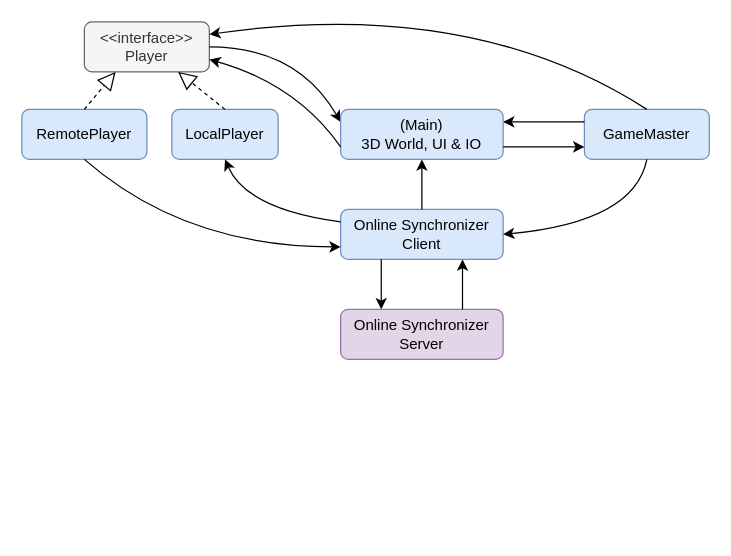
joonashalinen/bloxu keeps this draw.io diagram as docs/process_architecture.drawio. Above is the earlier version. Source tidied: cells renumbered, new cells numbered last; positions are measured from the earlier drawing's top-left corner, leaving out a move shared by most shapes. Both pictures are drawn from the tidied source at 125%, with x=0, y=0 at pixel (21, -4).
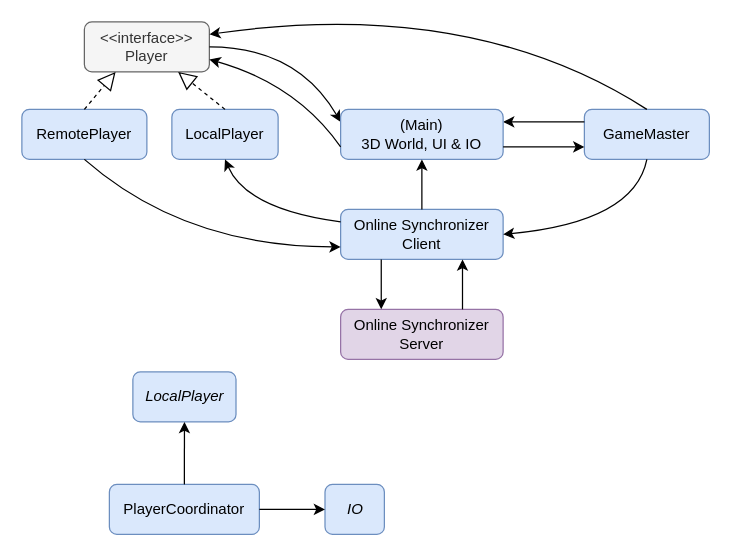
The same diagram, later.

What changed in the source:
```diff
@@
+    <mxCell id="22" value="PlayerCoordinator" style="rounded=1;whiteSpace=wrap;html=1;fillColor=#dae8fc;strokeColor=#6c8ebf;" parent="1" vertex="1">
+      <mxGeometry x="70" y="390" width="120" height="40" as="geometry" />
+    </mxCell>
+    <mxCell id="23" value="&lt;i&gt;IO&lt;/i&gt;" style="rounded=1;whiteSpace=wrap;html=1;fillColor=#dae8fc;strokeColor=#6c8ebf;" parent="1" vertex="1">
+      <mxGeometry x="242.5" y="390" width="47.5" height="40" as="geometry" />
+    </mxCell>
+    <mxCell id="24" value="&lt;i&gt;LocalPlayer&lt;/i&gt;" style="rounded=1;whiteSpace=wrap;html=1;fillColor=#dae8fc;strokeColor=#6c8ebf;" parent="1" vertex="1">
+      <mxGeometry x="88.8" y="300" width="82.5" height="40" as="geometry" />
+    </mxCell>
+    <mxCell id="25" style="endArrow=classic;html=1;entryX=0.5;entryY=1;entryDx=0;entryDy=0;curved=1;exitX=0.5;exitY=0;exitDx=0;exitDy=0;" parent="1" edge="1" source="22" target="24">
+      <mxGeometry relative="1" as="geometry" />
+    </mxCell>
+    <mxCell id="26" style="endArrow=classic;html=1;entryX=0;entryY=0.5;entryDx=0;entryDy=0;curved=1;exitX=1;exitY=0.5;exitDx=0;exitDy=0;" parent="1" edge="1" source="22" target="23">
+      <mxGeometry relative="1" as="geometry" />
+    </mxCell>
```
